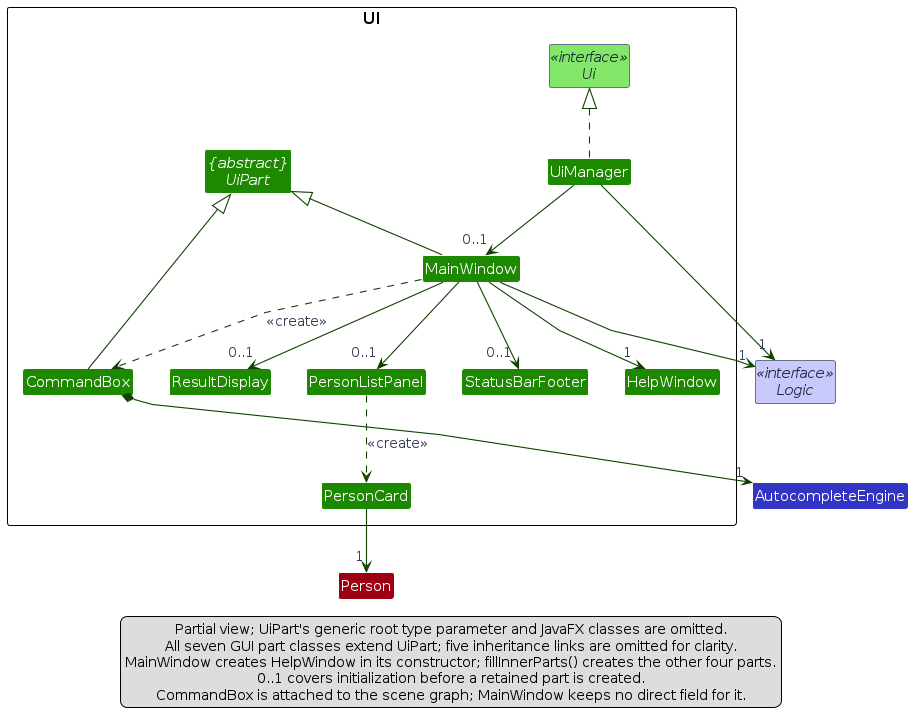
The PlantUML diagram diagrams/UiClassDiagram.png in AY2627S1-CS2103T-T17-2/tp, before a commit. Its source is kept beside it as diagrams/UiClassDiagram.puml.
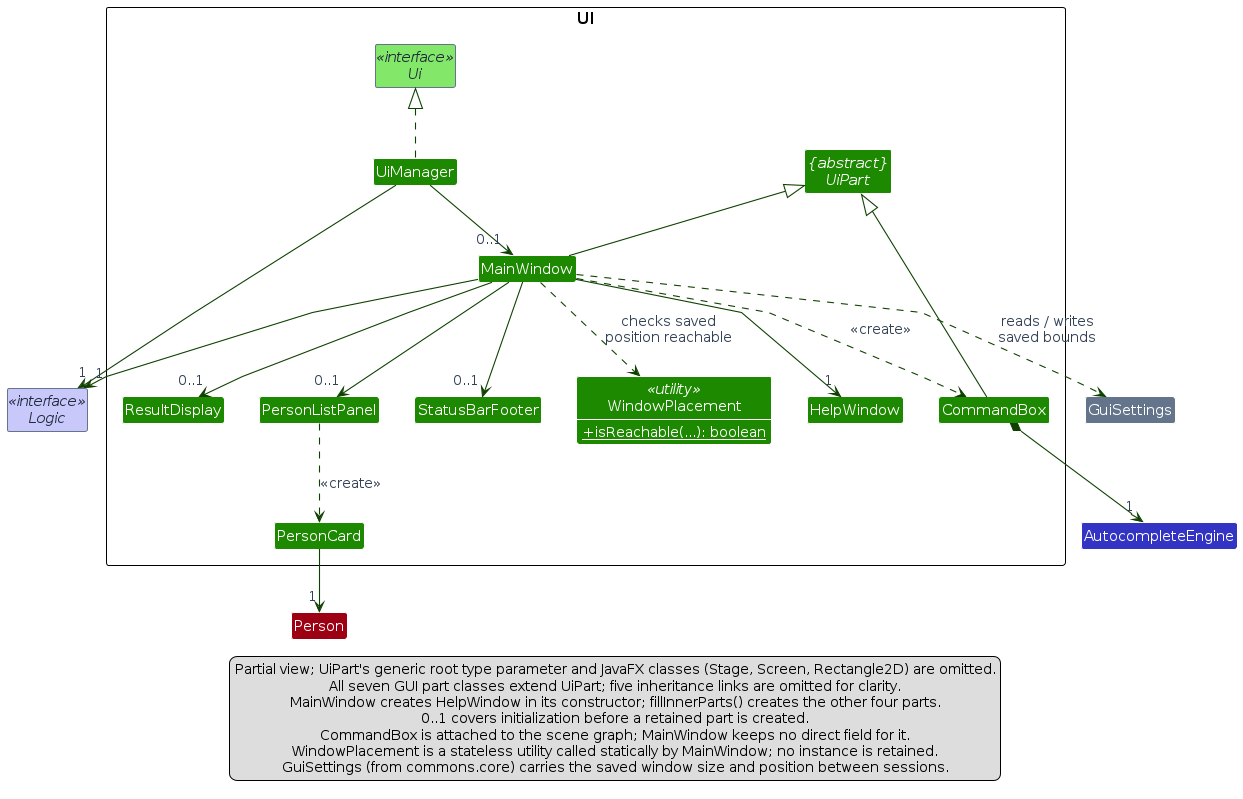
After the commit.

Change to the diagram source:
```diff
@@ -4,6 +4,8 @@
 skinparam linetype polyline
 skinparam arrowColor UI_COLOR_T4
 skinparam classBackgroundColor UI_COLOR
+show members
+hide empty members
 package "UI" as UIPackage {
     interface Ui <<interface>> UI_COLOR_T1
     abstract class "{abstract}\nUiPart" as UiPart
@@ -15,10 +17,14 @@
     class PersonListPanel
     class StatusBarFooter
     class PersonCard
+    class WindowPlacement <<utility>> {
+        {static} +isReachable(...): boolean
+    }
 }
 interface Logic <<interface>> LOGIC_COLOR_T1
 class AutocompleteEngine LOGIC_COLOR
 class Person MODEL_COLOR
+class GuiSettings #64748B
 UiManager .up.|> Ui
 UiManager --> "0..1" MainWindow
 UiManager --> "1" Logic
@@ -28,16 +34,20 @@
 MainWindow --> "0..1" ResultDisplay
 MainWindow --> "0..1" PersonListPanel
 MainWindow --> "0..1" StatusBarFooter
+MainWindow ..> WindowPlacement : checks saved\nposition reachable
+MainWindow ..> GuiSettings : reads / writes\nsaved bounds
 MainWindow -up-|> UiPart
 CommandBox -up-|> UiPart
 PersonListPanel ..> PersonCard : <<create>>
 PersonCard --> "1" Person
 CommandBox *--> "1" AutocompleteEngine
 legend bottom
-  Partial view; UiPart's generic root type parameter and JavaFX classes are omitted.
+  Partial view; UiPart's generic root type parameter and JavaFX classes (Stage, Screen, Rectangle2D) are omitted.
   All seven GUI part classes extend UiPart; five inheritance links are omitted for clarity.
   MainWindow creates HelpWindow in its constructor; fillInnerParts() creates the other four parts.
   0..1 covers initialization before a retained part is created.
   CommandBox is attached to the scene graph; MainWindow keeps no direct field for it.
+  WindowPlacement is a stateless utility called statically by MainWindow; no instance is retained.
+  GuiSettings (from commons.core) carries the saved window size and position between sessions.
 endlegend
 @enduml
```
